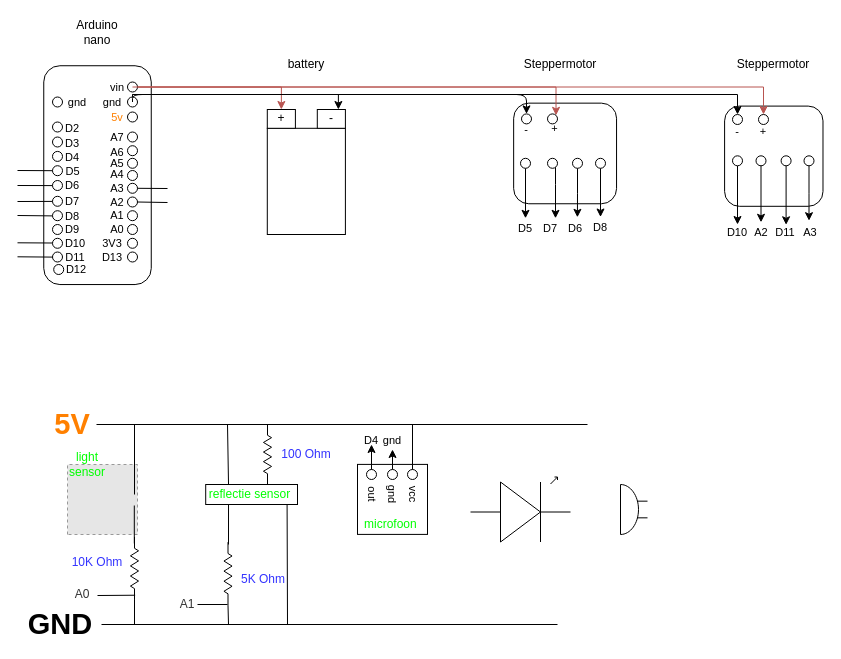
The draw.io diagram Untitled Diagram.drawio in ChaimaeBen/arduinoRobot, before the edit. Source tidied: cells renumbered, new cells numbered last; positions are measured from the earlier drawing's top-left corner, leaving out a move shared by most shapes. Both pictures are drawn from the tidied source at 100%, with x=0, y=0 at pixel (-12, 22). Pictures stored in the file or linked from it are replaced by grey dashed boxes.
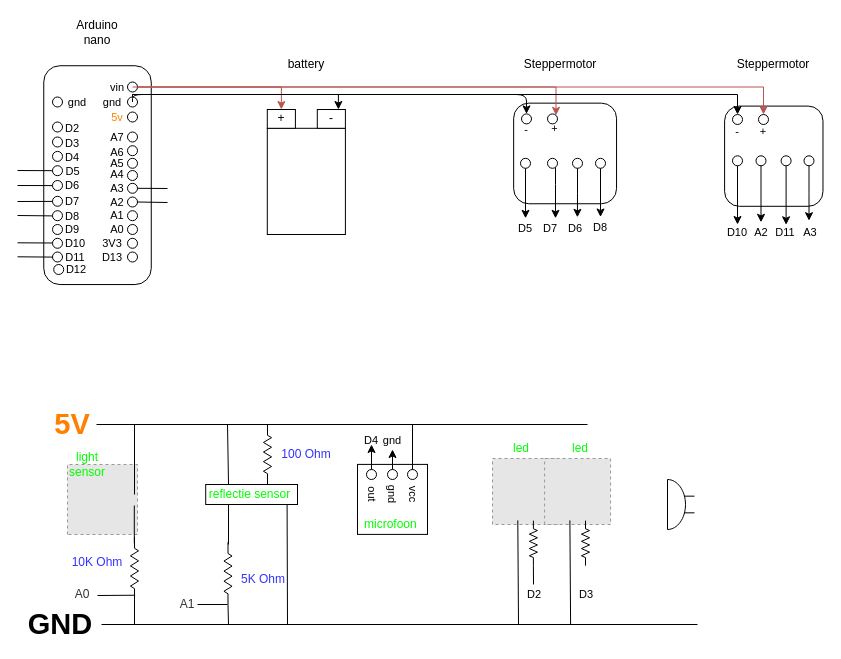
The same diagram, later.

The change refers to these unchanged cells:
```xml
<mxCell id="120" value="&lt;b style=&quot;background-color: rgb(255 , 255 , 255) ; font-size: 29px&quot;&gt;&lt;font style=&quot;font-size: 29px&quot;&gt;GND&lt;/font&gt;&lt;/b&gt;" style="text;html=1;strokeColor=none;fillColor=none;align=center;verticalAlign=middle;whiteSpace=wrap;rounded=0;perimeterSpacing=4;fontSize=29;" parent="1" vertex="1">
  <mxGeometry x="35.2" y="592" width="73.8" height="20" as="geometry" />
</mxCell>
```

The edit, as a diff of the source:
```diff
@@
     <mxCell id="121" style="endArrow=none;html=1;fontSize=29;exitX=1;exitY=0.5;exitDx=0;exitDy=0;" parent="1" edge="1" source="120">
       <mxGeometry relative="1" as="geometry">
-        <mxPoint x="569" y="602" as="targetPoint" />
+        <mxPoint x="709" y="602" as="targetPoint" />
       </mxGeometry>
     </mxCell>
@@
     <mxCell id="148" style="verticalLabelPosition=bottom;shadow=0;dashed=0;align=center;html=1;verticalAlign=top;shape=mxgraph.electrical.electro-mechanical.buzzer;fontSize=1;" parent="1" vertex="1">
-      <mxGeometry x="632" y="462" width="27" height="50" as="geometry" />
+      <mxGeometry x="679" y="457" width="27" height="50" as="geometry" />
     </mxCell>
-    <mxCell id="149" style="verticalLabelPosition=bottom;shadow=0;dashed=0;align=center;html=1;verticalAlign=top;shape=mxgraph.electrical.opto_electronics.led_1;fontSize=1;" parent="1" vertex="1">
-      <mxGeometry x="482" y="454.5" width="100" height="65" as="geometry" />
-    </mxCell>
+    <mxCell id="150" style="fillColor=#E6E6E6;strokeColor=#999999;dashed=1;html=1;verticalAlign=top;verticalLabelPosition=bottom;labelBackgroundColor=#ffffff;fontSize=1;" parent="1" vertex="1">
+      <mxGeometry x="504" y="436" width="66" height="66" as="geometry" />
+    </mxCell>
+    <mxCell id="151" value="&lt;font color=&quot;#00ff00&quot;&gt;led&lt;/font&gt;" style="text;html=1;strokeColor=none;fillColor=none;align=center;verticalAlign=middle;whiteSpace=wrap;rounded=0;fontSize=12;" parent="1" vertex="1">
+      <mxGeometry x="508" y="416" width="50" height="20" as="geometry" />
+    </mxCell>
+    <mxCell id="152" value="&lt;font color=&quot;#00ff00&quot;&gt;led&lt;/font&gt;" style="text;html=1;strokeColor=none;fillColor=none;align=center;verticalAlign=middle;whiteSpace=wrap;rounded=0;fontSize=12;" parent="1" vertex="1">
+      <mxGeometry x="567" y="416" width="50" height="20" as="geometry" />
+    </mxCell>
+    <mxCell id="153" style="verticalLabelPosition=bottom;shadow=0;dashed=0;align=center;html=1;verticalAlign=top;shape=mxgraph.electrical.resistors.resistor_2;fontSize=29;rotation=90;" parent="1" vertex="1">
+      <mxGeometry x="522.4" y="516.6" width="45" height="8.1" as="geometry" />
+    </mxCell>
+    <mxCell id="154" style="endArrow=none;html=1;fontSize=1;exitX=0.369;exitY=0.999;exitDx=0;exitDy=0;exitPerimeter=0;" parent="1" edge="1">
+      <mxGeometry relative="1" as="geometry">
+        <mxPoint x="529.3" y="497.9" as="sourcePoint" />
+        <mxPoint x="530" y="602" as="targetPoint" />
+      </mxGeometry>
+    </mxCell>
+    <mxCell id="155" style="endArrow=none;html=1;fontSize=1;exitX=1;exitY=0.5;exitDx=0;exitDy=0;exitPerimeter=0;" parent="1" edge="1" source="153">
+      <mxGeometry relative="1" as="geometry">
+        <mxPoint x="545" y="562" as="targetPoint" />
+      </mxGeometry>
+    </mxCell>
+    <mxCell id="156" value="D2" style="text;html=1;strokeColor=none;fillColor=none;align=center;verticalAlign=middle;whiteSpace=wrap;rounded=0;fontSize=11;rotation=0;" parent="1" vertex="1">
+      <mxGeometry x="526.3" y="562" width="40" height="20" as="geometry" />
+    </mxCell>
+    <mxCell id="157" style="fillColor=#E6E6E6;strokeColor=#999999;dashed=1;html=1;verticalAlign=top;verticalLabelPosition=bottom;labelBackgroundColor=#ffffff;fontSize=1;" parent="1" vertex="1">
+      <mxGeometry x="556.1" y="436" width="66" height="66" as="geometry" />
+    </mxCell>
+    <mxCell id="158" style="verticalLabelPosition=bottom;shadow=0;dashed=0;align=center;html=1;verticalAlign=top;shape=mxgraph.electrical.resistors.resistor_2;fontSize=29;rotation=90;" parent="1" vertex="1">
+      <mxGeometry x="574.5" y="516.6" width="45" height="8.1" as="geometry" />
+    </mxCell>
+    <mxCell id="159" style="endArrow=none;html=1;fontSize=1;exitX=0.369;exitY=0.999;exitDx=0;exitDy=0;exitPerimeter=0;" parent="1" edge="1">
+      <mxGeometry relative="1" as="geometry">
+        <mxPoint x="581.4" y="497.9" as="sourcePoint" />
+        <mxPoint x="582.1" y="602" as="targetPoint" />
+      </mxGeometry>
+    </mxCell>
+    <mxCell id="160" value="D3" style="text;html=1;strokeColor=none;fillColor=none;align=center;verticalAlign=middle;whiteSpace=wrap;rounded=0;fontSize=11;rotation=0;" parent="1" vertex="1">
+      <mxGeometry x="578.4" y="562" width="40" height="20" as="geometry" />
+    </mxCell>
```
